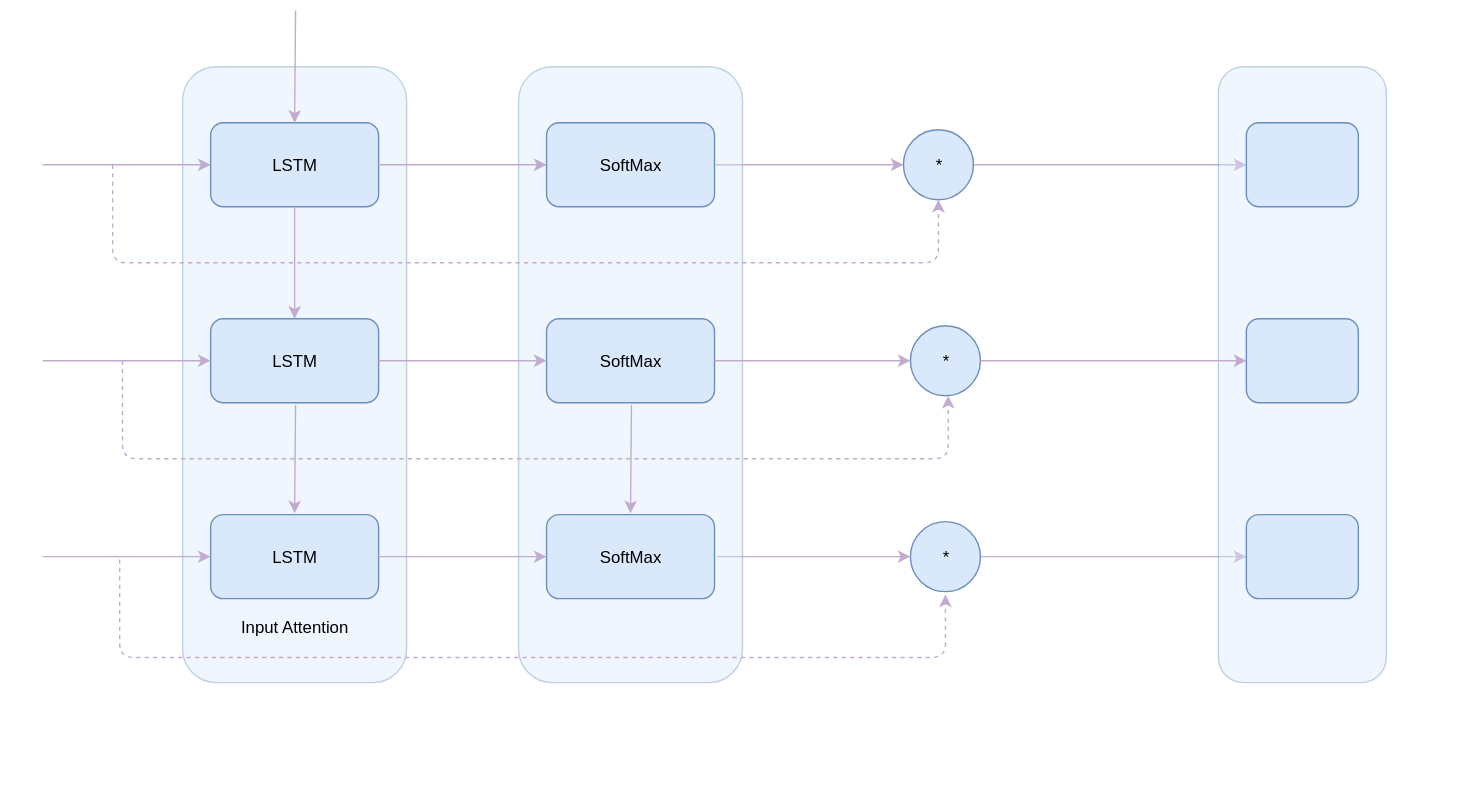
This is img/attention.svg from louisenaud/louisenaud.github.io, a draw.io export, as it was before one commit. Source tidied: cells renumbered, new cells last; positions are measured from the earlier drawing's top-left corner, leaving out a move shared by most shapes.
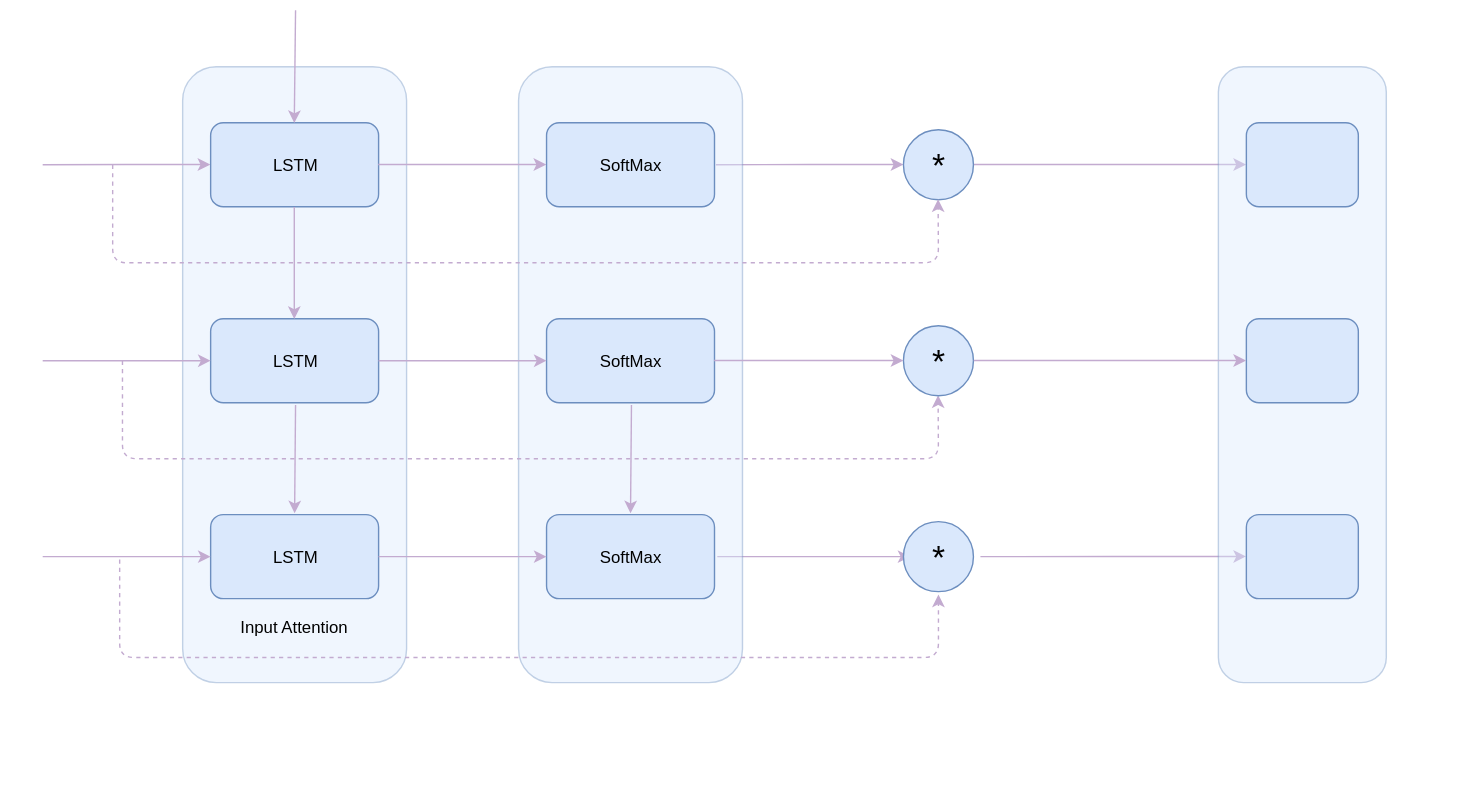
After the change.

The edit, as a diff of the source:
```diff
@@ -110,31 +110,30 @@
     <mxCell id="31" style="rounded=1;whiteSpace=wrap;html=1;glass=0;comic=0;strokeColor=#6c8ebf;fillColor=#dae8fc;" parent="15" vertex="1">
       <mxGeometry x="860" y="40" width="80" height="60" as="geometry" />
     </mxCell>
-    <mxCell id="32" value="*" style="ellipse;whiteSpace=wrap;html=1;glass=0;comic=0;strokeColor=#6c8ebf;fillColor=#dae8fc;" parent="15" vertex="1">
+    <mxCell id="32" value="&lt;font style=&quot;font-size: 24px&quot;&gt;*&lt;/font&gt;" style="ellipse;whiteSpace=wrap;html=1;glass=0;comic=0;strokeColor=#6c8ebf;fillColor=#dae8fc;" parent="15" vertex="1">
       <mxGeometry x="615" y="45" width="50" height="50" as="geometry" />
     </mxCell>
-    <mxCell id="33" value="*" style="ellipse;whiteSpace=wrap;html=1;glass=0;comic=0;strokeColor=#6c8ebf;fillColor=#dae8fc;" parent="15" vertex="1">
-      <mxGeometry x="620" y="325" width="50" height="50" as="geometry" />
+    <mxCell id="33" value="&lt;font style=&quot;font-size: 24px&quot;&gt;*&lt;/font&gt;" style="ellipse;whiteSpace=wrap;html=1;glass=0;comic=0;strokeColor=#6c8ebf;fillColor=#dae8fc;" parent="15" vertex="1">
+      <mxGeometry x="615" y="325" width="50" height="50" as="geometry" />
     </mxCell>
-    <mxCell id="34" style="endArrow=classic;html=1;strokeColor=#C3ABD0;entryX=0.5;entryY=1;dashed=1;" parent="15" edge="1">
+    <mxCell id="34" style="endArrow=classic;html=1;strokeColor=#C3ABD0;dashed=1;" parent="15" edge="1">
       <mxGeometry relative="1" as="geometry">
         <mxPoint x="55" y="352" as="sourcePoint" />
-        <mxPoint x="645" y="377" as="targetPoint" />
+        <mxPoint x="640" y="377" as="targetPoint" />
         <Array as="points">
           <mxPoint x="55" y="422" />
           <mxPoint x="335" y="422" />
-          <mxPoint x="645" y="422" />
+          <mxPoint x="640" y="422" />
         </Array>
       </mxGeometry>
     </mxCell>
-    <mxCell id="35" style="endArrow=classic;html=1;strokeColor=#C3ABD0;entryX=0.5;entryY=1;dashed=1;" parent="15" edge="1">
+    <mxCell id="35" style="endArrow=classic;html=1;strokeColor=#C3ABD0;entryX=0.5;entryY=1;dashed=1;" parent="15" edge="1" target="42">
       <mxGeometry relative="1" as="geometry">
         <mxPoint x="57" y="210" as="sourcePoint" />
-        <mxPoint x="647" y="235" as="targetPoint" />
         <Array as="points">
           <mxPoint x="57" y="280" />
           <mxPoint x="337" y="280" />
-          <mxPoint x="647" y="280" />
+          <mxPoint x="640" y="280" />
         </Array>
       </mxGeometry>
     </mxCell>
@@ -167,8 +166,8 @@
         <mxPoint x="210.7" y="-0.3" as="sourcePoint" />
       </mxGeometry>
     </mxCell>
-    <mxCell id="42" value="*" style="ellipse;whiteSpace=wrap;html=1;glass=0;comic=0;strokeColor=#6c8ebf;fillColor=#dae8fc;" parent="1" vertex="1">
-      <mxGeometry x="650" y="225" width="50" height="50" as="geometry" />
+    <mxCell id="42" value="&lt;font style=&quot;font-size: 24px&quot;&gt;*&lt;/font&gt;" style="ellipse;whiteSpace=wrap;html=1;glass=0;comic=0;strokeColor=#6c8ebf;fillColor=#dae8fc;" parent="1" vertex="1">
+      <mxGeometry x="645" y="225" width="50" height="50" as="geometry" />
     </mxCell>
     <mxCell id="43" style="edgeStyle=orthogonalEdgeStyle;rounded=0;html=1;exitX=1;exitY=0.5;entryX=0;entryY=0.5;jettySize=auto;strokeColor=#C3ABD0;" parent="1" edge="1" source="27" target="42">
       <mxGeometry relative="1" as="geometry" />
```
